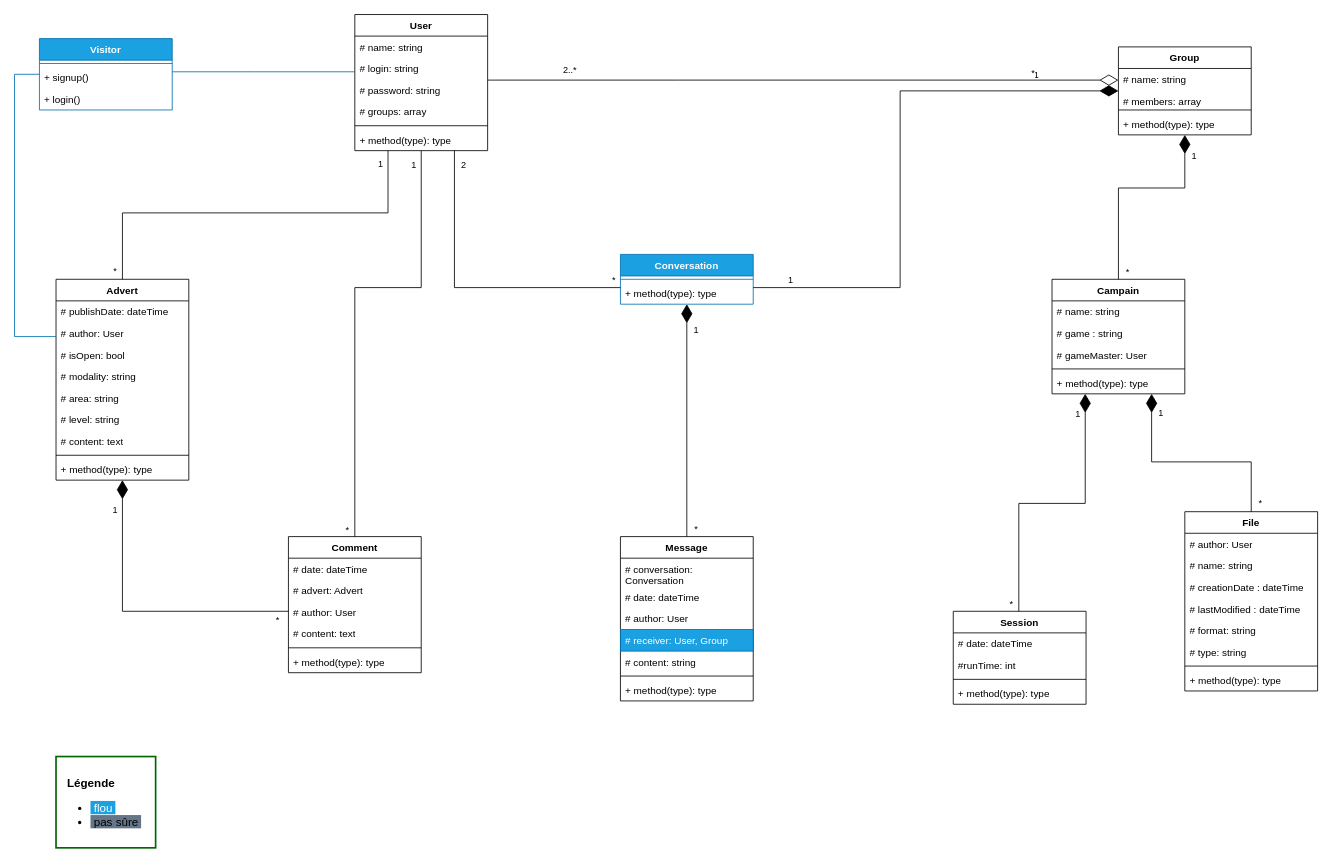
Above: page "UML_val" (3 of 3) of Documentation/Diagrames.drawio in ThreeLeggedDuckling/I3WAD_SymfonyProject (draw.io), before the change. Source tidied: cells renumbered, new cells numbered last; positions are measured from the earlier drawing's top-left corner, leaving out a move shared by most shapes. Both pictures are drawn from the tidied source at 83%, with x=0, y=0 at pixel (14, 14).
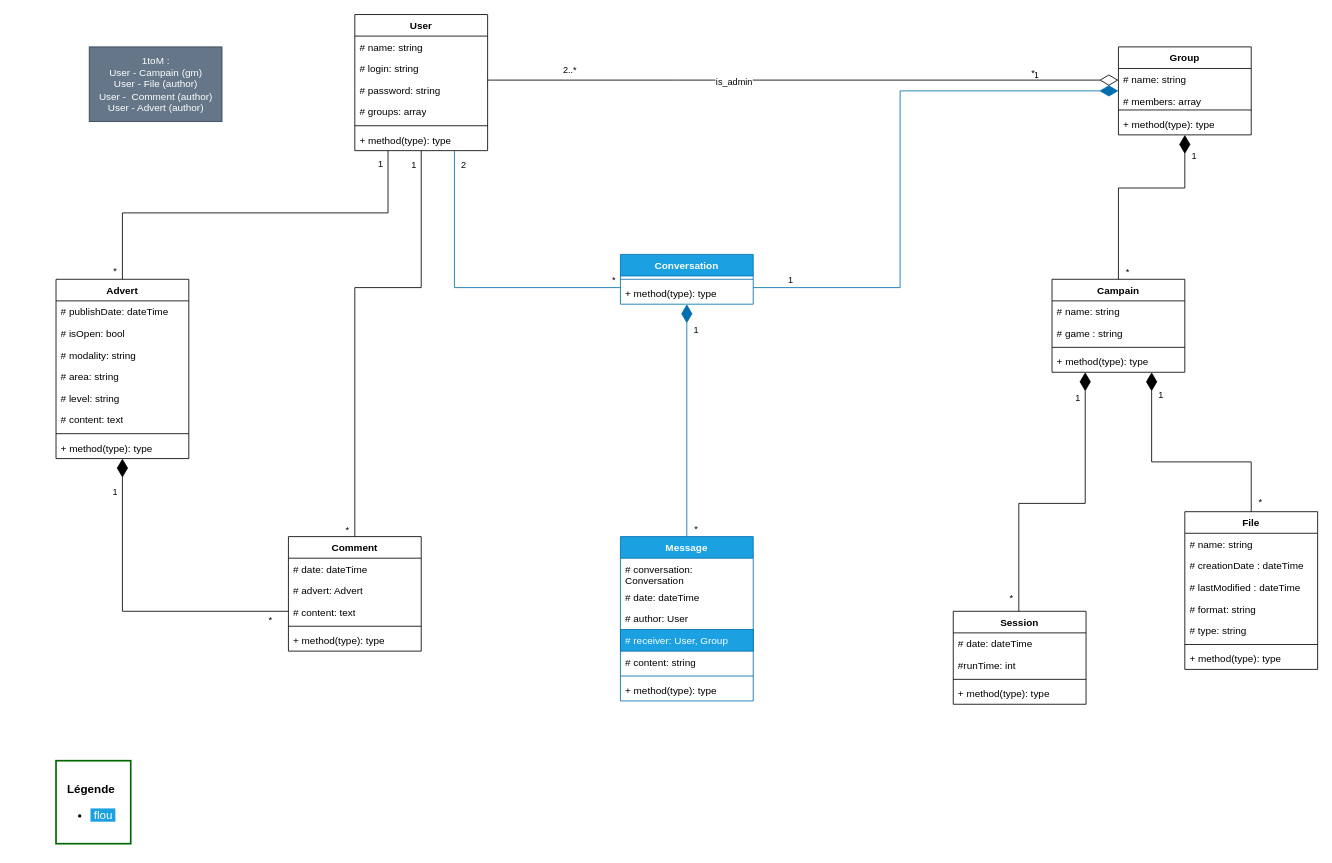
Above is the later version.

Commit message (it also covers changes not shown here):
WV pre user links

The change refers to these unchanged cells:
```xml
<mxCell id="2" value="User" style="swimlane;fontStyle=1;align=center;verticalAlign=top;horizontal=1;startSize=26;whiteSpace=wrap;html=1;" parent="1" vertex="1">
  <mxGeometry x="410" width="160" height="164" as="geometry" />
</mxCell>
<mxCell id="13" value="Group" style="swimlane;fontStyle=1;align=center;verticalAlign=top;horizontal=1;startSize=26;whiteSpace=wrap;html=1;" parent="1" vertex="1">
  <mxGeometry x="1330" y="39" width="160" height="106" as="geometry" />
</mxCell>
<mxCell id="24" value="Conversation" style="swimlane;fontStyle=1;align=center;verticalAlign=top;horizontal=1;startSize=26;whiteSpace=wrap;html=1;fillColor=#1ba1e2;fontColor=#ffffff;strokeColor=#006EAF;" parent="1" vertex="1">
  <mxGeometry x="730" y="289" width="160" height="60" as="geometry" />
</mxCell>
<mxCell id="96" style="endArrow=diamondThin;html=1;rounded=0;edgeStyle=orthogonalEdgeStyle;startArrow=none;startFill=0;startSize=6;endFill=0;endSize=20;" parent="1" edge="1" source="2" target="13">
  <mxGeometry relative="1" as="geometry">
    <Array as="points">
      <mxPoint x="800" y="79" />
      <mxPoint x="800" y="79" />
    </Array>
  </mxGeometry>
</mxCell>
```

What changed in the source:
```diff
@@
-    <mxCell id="9" value="Visitor" style="swimlane;fontStyle=1;align=center;verticalAlign=top;horizontal=1;startSize=26;whiteSpace=wrap;html=1;fillColor=#1ba1e2;strokeColor=#006EAF;fontColor=#ffffff;" parent="1" vertex="1">
-      <mxGeometry x="30" y="29" width="160" height="86" as="geometry" />
-    </mxCell>
-    <mxCell id="10" style="line;strokeWidth=1;fillColor=none;align=left;verticalAlign=middle;spacingTop=-1;spacingLeft=3;spacingRight=3;labelPosition=right;strokeColor=inherit;" parent="9" vertex="1">
-      <mxGeometry y="26" width="160" height="8" as="geometry" />
-    </mxCell>
-    <mxCell id="11" value="+ signup()" style="text;strokeColor=none;fillColor=none;align=left;verticalAlign=top;spacingLeft=4;spacingRight=4;overflow=hidden;whiteSpace=wrap;html=1;" parent="9" vertex="1">
-      <mxGeometry y="34" width="160" height="26" as="geometry" />
-    </mxCell>
-    <mxCell id="12" value="+ login()" style="text;strokeColor=none;fillColor=none;align=left;verticalAlign=top;spacingLeft=4;spacingRight=4;overflow=hidden;whiteSpace=wrap;html=1;" parent="9" vertex="1">
-      <mxGeometry y="60" width="160" height="26" as="geometry" />
-    </mxCell>
@@
     <mxCell id="18" value="Campain" style="swimlane;fontStyle=1;align=center;verticalAlign=top;horizontal=1;startSize=26;whiteSpace=wrap;html=1;" parent="1" vertex="1">
-      <mxGeometry x="1250" y="319" width="160" height="138" as="geometry" />
+      <mxGeometry x="1250" y="319" width="160" height="112" as="geometry" />
     </mxCell>
@@
-    <mxCell id="21" value="# gameMaster: User" style="text;strokeColor=none;fillColor=none;align=left;verticalAlign=top;spacingLeft=4;spacingRight=4;overflow=hidden;whiteSpace=wrap;html=1;" parent="18" vertex="1">
-      <mxGeometry y="78" width="160" height="26" as="geometry" />
-    </mxCell>
     <mxCell id="22" style="line;strokeWidth=1;fillColor=none;align=left;verticalAlign=middle;spacingTop=-1;spacingLeft=3;spacingRight=3;labelPosition=right;strokeColor=inherit;" parent="18" vertex="1">
-      <mxGeometry y="104" width="160" height="8" as="geometry" />
+      <mxGeometry y="78" width="160" height="8" as="geometry" />
     </mxCell>
     <mxCell id="23" value="+ method(type): type" style="text;strokeColor=none;fillColor=none;align=left;verticalAlign=top;spacingLeft=4;spacingRight=4;overflow=hidden;whiteSpace=wrap;html=1;" parent="18" vertex="1">
-      <mxGeometry y="112" width="160" height="26" as="geometry" />
+      <mxGeometry y="86" width="160" height="26" as="geometry" />
     </mxCell>
@@
     <mxCell id="32" value="File" style="swimlane;fontStyle=1;align=center;verticalAlign=top;horizontal=1;startSize=26;whiteSpace=wrap;html=1;" parent="1" vertex="1">
-      <mxGeometry x="1410" y="599" width="160" height="216" as="geometry" />
+      <mxGeometry x="1410" y="599" width="160" height="190" as="geometry" />
     </mxCell>
-    <mxCell id="33" value="# author: User" style="text;strokeColor=none;fillColor=none;align=left;verticalAlign=top;spacingLeft=4;spacingRight=4;overflow=hidden;whiteSpace=wrap;html=1;" parent="32" vertex="1">
-      <mxGeometry y="26" width="160" height="26" as="geometry" />
-    </mxCell>
     <mxCell id="34" value="# name: string" style="text;strokeColor=none;fillColor=none;align=left;verticalAlign=top;spacingLeft=4;spacingRight=4;overflow=hidden;whiteSpace=wrap;html=1;" parent="32" vertex="1">
-      <mxGeometry y="52" width="160" height="26" as="geometry" />
+      <mxGeometry y="26" width="160" height="26" as="geometry" />
     </mxCell>
     <mxCell id="35" value="# creationDate : dateTime" style="text;strokeColor=none;fillColor=none;align=left;verticalAlign=top;spacingLeft=4;spacingRight=4;overflow=hidden;whiteSpace=wrap;html=1;" parent="32" vertex="1">
-      <mxGeometry y="78" width="160" height="26" as="geometry" />
+      <mxGeometry y="52" width="160" height="26" as="geometry" />
     </mxCell>
     <mxCell id="36" value="# lastModified : dateTime" style="text;strokeColor=none;fillColor=none;align=left;verticalAlign=top;spacingLeft=4;spacingRight=4;overflow=hidden;whiteSpace=wrap;html=1;" parent="32" vertex="1">
-      <mxGeometry y="104" width="160" height="26" as="geometry" />
+      <mxGeometry y="78" width="160" height="26" as="geometry" />
     </mxCell>
     <mxCell id="37" value="# format: string" style="text;strokeColor=none;fillColor=none;align=left;verticalAlign=top;spacingLeft=4;spacingRight=4;overflow=hidden;whiteSpace=wrap;html=1;" parent="32" vertex="1">
-      <mxGeometry y="130" width="160" height="26" as="geometry" />
+      <mxGeometry y="104" width="160" height="26" as="geometry" />
     </mxCell>
     <mxCell id="38" value="# type: string" style="text;strokeColor=none;fillColor=none;align=left;verticalAlign=top;spacingLeft=4;spacingRight=4;overflow=hidden;whiteSpace=wrap;html=1;" parent="32" vertex="1">
-      <mxGeometry y="156" width="160" height="26" as="geometry" />
+      <mxGeometry y="130" width="160" height="26" as="geometry" />
     </mxCell>
     <mxCell id="39" style="line;strokeWidth=1;fillColor=none;align=left;verticalAlign=middle;spacingTop=-1;spacingLeft=3;spacingRight=3;labelPosition=right;strokeColor=inherit;" parent="32" vertex="1">
-      <mxGeometry y="182" width="160" height="8" as="geometry" />
+      <mxGeometry y="156" width="160" height="8" as="geometry" />
     </mxCell>
     <mxCell id="40" value="+ method(type): type" style="text;strokeColor=none;fillColor=none;align=left;verticalAlign=top;spacingLeft=4;spacingRight=4;overflow=hidden;whiteSpace=wrap;html=1;" parent="32" vertex="1">
-      <mxGeometry y="190" width="160" height="26" as="geometry" />
+      <mxGeometry y="164" width="160" height="26" as="geometry" />
     </mxCell>
     <mxCell id="41" value="Advert" style="swimlane;fontStyle=1;align=center;verticalAlign=top;horizontal=1;startSize=26;whiteSpace=wrap;html=1;" parent="1" vertex="1">
-      <mxGeometry x="50" y="319" width="160" height="242" as="geometry" />
+      <mxGeometry x="50" y="319" width="160" height="216" as="geometry" />
     </mxCell>
@@
-    <mxCell id="43" value="# author: User" style="text;strokeColor=none;fillColor=none;align=left;verticalAlign=top;spacingLeft=4;spacingRight=4;overflow=hidden;whiteSpace=wrap;html=1;" parent="41" vertex="1">
-      <mxGeometry y="52" width="160" height="26" as="geometry" />
-    </mxCell>
     <mxCell id="44" value="# isOpen: bool" style="text;strokeColor=none;fillColor=none;align=left;verticalAlign=top;spacingLeft=4;spacingRight=4;overflow=hidden;whiteSpace=wrap;html=1;" parent="41" vertex="1">
-      <mxGeometry y="78" width="160" height="26" as="geometry" />
+      <mxGeometry y="52" width="160" height="26" as="geometry" />
     </mxCell>
     <mxCell id="45" value="# modality: string" style="text;strokeColor=none;fillColor=none;align=left;verticalAlign=top;spacingLeft=4;spacingRight=4;overflow=hidden;whiteSpace=wrap;html=1;" parent="41" vertex="1">
-      <mxGeometry y="104" width="160" height="26" as="geometry" />
+      <mxGeometry y="78" width="160" height="26" as="geometry" />
     </mxCell>
     <mxCell id="46" value="# area: string" style="text;strokeColor=none;fillColor=none;align=left;verticalAlign=top;spacingLeft=4;spacingRight=4;overflow=hidden;whiteSpace=wrap;html=1;" parent="41" vertex="1">
-      <mxGeometry y="130" width="160" height="26" as="geometry" />
+      <mxGeometry y="104" width="160" height="26" as="geometry" />
     </mxCell>
     <mxCell id="47" value="# level: string" style="text;strokeColor=none;fillColor=none;align=left;verticalAlign=top;spacingLeft=4;spacingRight=4;overflow=hidden;whiteSpace=wrap;html=1;" parent="41" vertex="1">
-      <mxGeometry y="156" width="160" height="26" as="geometry" />
+      <mxGeometry y="130" width="160" height="26" as="geometry" />
     </mxCell>
     <mxCell id="48" value="# content: text" style="text;strokeColor=none;fillColor=none;align=left;verticalAlign=top;spacingLeft=4;spacingRight=4;overflow=hidden;whiteSpace=wrap;html=1;" parent="41" vertex="1">
-      <mxGeometry y="182" width="160" height="26" as="geometry" />
+      <mxGeometry y="156" width="160" height="26" as="geometry" />
     </mxCell>
     <mxCell id="49" style="line;strokeWidth=1;fillColor=none;align=left;verticalAlign=middle;spacingTop=-1;spacingLeft=3;spacingRight=3;labelPosition=right;strokeColor=inherit;" parent="41" vertex="1">
-      <mxGeometry y="208" width="160" height="8" as="geometry" />
+      <mxGeometry y="182" width="160" height="8" as="geometry" />
     </mxCell>
     <mxCell id="50" value="+ method(type): type" style="text;strokeColor=none;fillColor=none;align=left;verticalAlign=top;spacingLeft=4;spacingRight=4;overflow=hidden;whiteSpace=wrap;html=1;" parent="41" vertex="1">
-      <mxGeometry y="216" width="160" height="26" as="geometry" />
+      <mxGeometry y="190" width="160" height="26" as="geometry" />
     </mxCell>
-    <mxCell id="51" value="Message" style="swimlane;fontStyle=1;align=center;verticalAlign=top;horizontal=1;startSize=26;whiteSpace=wrap;html=1;" parent="1" vertex="1">
+    <mxCell id="51" value="Message" style="swimlane;fontStyle=1;align=center;verticalAlign=top;horizontal=1;startSize=26;whiteSpace=wrap;html=1;fillColor=#1ba1e2;fontColor=#ffffff;strokeColor=#006EAF;" parent="1" vertex="1">
       <mxGeometry x="730" y="629" width="160" height="198" as="geometry" />
     </mxCell>
@@
     <mxCell id="59" value="Comment" style="swimlane;fontStyle=1;align=center;verticalAlign=top;horizontal=1;startSize=26;whiteSpace=wrap;html=1;" parent="1" vertex="1">
-      <mxGeometry x="330" y="629" width="160" height="164" as="geometry" />
+      <mxGeometry x="330" y="629" width="160" height="138" as="geometry" />
     </mxCell>
@@
-    <mxCell id="62" value="# author: User" style="text;strokeColor=none;fillColor=none;align=left;verticalAlign=top;spacingLeft=4;spacingRight=4;overflow=hidden;whiteSpace=wrap;html=1;" parent="59" vertex="1">
-      <mxGeometry y="78" width="160" height="26" as="geometry" />
-    </mxCell>
     <mxCell id="63" value="# content: text" style="text;strokeColor=none;fillColor=none;align=left;verticalAlign=top;spacingLeft=4;spacingRight=4;overflow=hidden;whiteSpace=wrap;html=1;" parent="59" vertex="1">
-      <mxGeometry y="104" width="160" height="26" as="geometry" />
+      <mxGeometry y="78" width="160" height="26" as="geometry" />
     </mxCell>
     <mxCell id="64" style="line;strokeWidth=1;fillColor=none;align=left;verticalAlign=middle;spacingTop=-1;spacingLeft=3;spacingRight=3;labelPosition=right;strokeColor=inherit;" parent="59" vertex="1">
-      <mxGeometry y="130" width="160" height="8" as="geometry" />
+      <mxGeometry y="104" width="160" height="8" as="geometry" />
     </mxCell>
     <mxCell id="65" value="+ method(type): type" style="text;strokeColor=none;fillColor=none;align=left;verticalAlign=top;spacingLeft=4;spacingRight=4;overflow=hidden;whiteSpace=wrap;html=1;" parent="59" vertex="1">
-      <mxGeometry y="138" width="160" height="26" as="geometry" />
+      <mxGeometry y="112" width="160" height="26" as="geometry" />
     </mxCell>
-    <mxCell id="66" style="endArrow=none;html=1;rounded=0;edgeStyle=orthogonalEdgeStyle;fillColor=#1ba1e2;strokeColor=#006EAF;" parent="1" edge="1" source="9" target="2">
-      <mxGeometry relative="1" as="geometry">
-        <Array as="points">
-          <mxPoint x="290" y="69" />
-          <mxPoint x="290" y="69" />
-        </Array>
-      </mxGeometry>
-    </mxCell>
-    <mxCell id="67" style="endArrow=none;html=1;rounded=0;edgeStyle=orthogonalEdgeStyle;fillColor=#1ba1e2;strokeColor=#006EAF;" parent="1" edge="1" source="9" target="41">
-      <mxGeometry relative="1" as="geometry">
-        <Array as="points">
-          <mxPoint y="72" />
-          <mxPoint y="388" />
-        </Array>
-      </mxGeometry>
-    </mxCell>
@@
-    <mxCell id="83" style="endArrow=none;html=1;rounded=0;edgeStyle=orthogonalEdgeStyle;startArrow=diamondThin;startFill=1;startSize=20;" parent="1" edge="1" source="24" target="51">
+    <mxCell id="83" style="endArrow=none;html=1;rounded=0;edgeStyle=orthogonalEdgeStyle;startArrow=diamondThin;startFill=1;startSize=20;fillColor=#1ba1e2;strokeColor=#006EAF;" parent="1" edge="1" source="24" target="51">
       <mxGeometry relative="1" as="geometry" />
     </mxCell>
@@
-    <mxCell id="86" style="endArrow=none;html=1;rounded=0;edgeStyle=orthogonalEdgeStyle;" parent="1" edge="1" source="24" target="2">
+    <mxCell id="86" style="endArrow=none;html=1;rounded=0;edgeStyle=orthogonalEdgeStyle;fillColor=#1ba1e2;strokeColor=#006EAF;" parent="1" edge="1" source="24" target="2">
       <mxGeometry relative="1" as="geometry">
         <Array as="points">
           <mxPoint x="530" y="329" />
         </Array>
       </mxGeometry>
     </mxCell>
@@
-    <mxCell id="89" style="endArrow=diamondThin;html=1;rounded=0;edgeStyle=orthogonalEdgeStyle;startArrow=none;startFill=0;startSize=6;endFill=1;endSize=20;" parent="1" edge="1" source="24" target="13">
+    <mxCell id="89" style="endArrow=diamondThin;html=1;rounded=0;edgeStyle=orthogonalEdgeStyle;startArrow=none;startFill=0;startSize=6;endFill=1;endSize=20;fillColor=#1ba1e2;strokeColor=#006EAF;" parent="1" edge="1" source="24" target="13">
       <mxGeometry relative="1" as="geometry">
         <Array as="points">
           <mxPoint x="1067" y="329" />
         </Array>
       </mxGeometry>
     </mxCell>
@@
-    <mxCell id="92" value="&lt;br&gt;&lt;div&gt;&lt;b style=&quot;font-size: 14px;&quot;&gt;&lt;font style=&quot;font-size: 14px;&quot;&gt;&amp;nbsp; &amp;nbsp;Légende&lt;/font&gt;&lt;/b&gt;&lt;div style=&quot;font-size: 14px;&quot;&gt;&lt;ul&gt;&lt;li&gt;&lt;font color=&quot;#ffffff&quot; style=&quot;font-size: 14px; background-color: rgb(27, 161, 226);&quot;&gt;&amp;nbsp;flou&amp;nbsp;&lt;/font&gt;&lt;/li&gt;&lt;li&gt;&lt;font style=&quot;font-size: 14px; background-color: rgb(100, 118, 135);&quot;&gt;&amp;nbsp;pas sûre&amp;nbsp;&lt;/font&gt;&lt;/li&gt;&lt;/ul&gt;&lt;/div&gt;&lt;/div&gt;" style="text;html=1;align=left;verticalAlign=middle;fillColor=default;strokeColor=#006600;strokeWidth=2;" parent="1" vertex="1">
-      <mxGeometry x="50" y="894" width="120" height="110" as="geometry" />
+    <mxCell id="92" value="&lt;br&gt;&lt;div&gt;&lt;b style=&quot;font-size: 14px;&quot;&gt;&lt;font style=&quot;font-size: 14px;&quot;&gt;&amp;nbsp; &amp;nbsp;Légende&lt;/font&gt;&lt;/b&gt;&lt;div style=&quot;font-size: 14px;&quot;&gt;&lt;ul&gt;&lt;li&gt;&lt;font color=&quot;#ffffff&quot; style=&quot;font-size: 14px; background-color: rgb(27, 161, 226);&quot;&gt;&amp;nbsp;flou&amp;nbsp;&lt;/font&gt;&lt;/li&gt;&lt;/ul&gt;&lt;/div&gt;&lt;/div&gt;" style="text;html=1;align=left;verticalAlign=middle;fillColor=default;strokeColor=#006600;strokeWidth=2;" parent="1" vertex="1">
+      <mxGeometry x="50" y="899" width="90" height="100" as="geometry" />
     </mxCell>
@@
+    <mxCell id="99" value="is_admin" style="edgeLabel;html=1;align=center;verticalAlign=middle;" parent="96" vertex="1">
+      <mxGeometry x="-0.22" y="-1" relative="1" as="geometry" />
+    </mxCell>
+    <mxCell id="100" value="1toM :&lt;br&gt;User - Campain (gm)&lt;br&gt;User - File (author)&lt;br&gt;User -&amp;nbsp; Comment (author)&lt;br&gt;User - Advert (author)" style="text;html=1;align=center;verticalAlign=middle;strokeColor=#314354;fillColor=#647687;fontColor=#ffffff;" parent="1" vertex="1">
+      <mxGeometry x="90" y="39" width="160" height="90" as="geometry" />
+    </mxCell>
```
